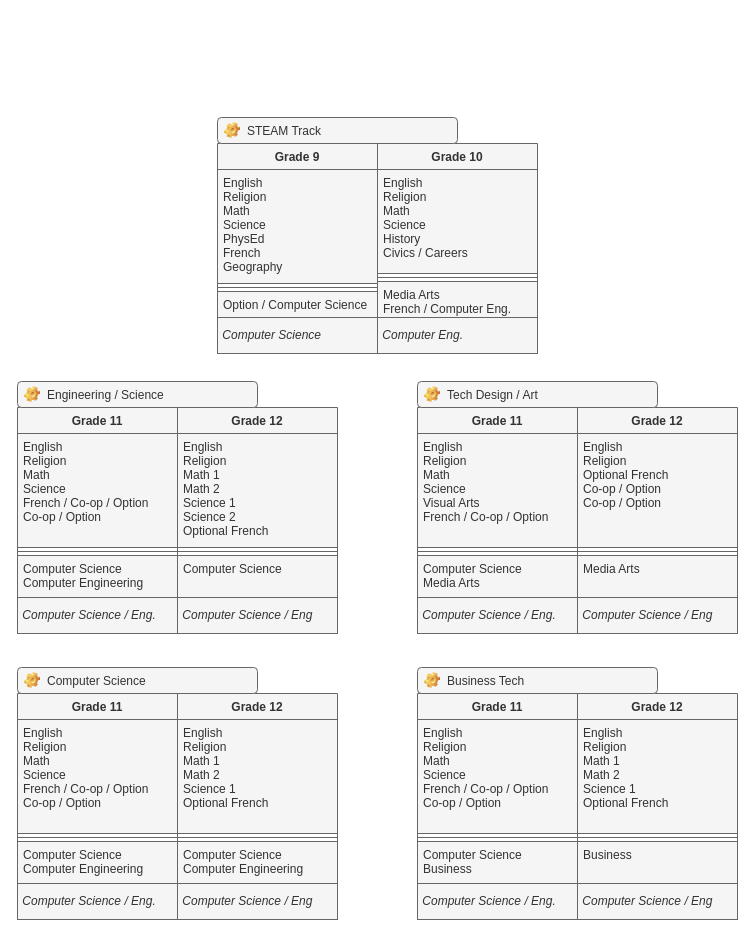
Earlier version of the draw.io diagram STEAM.drawio (Mr-Coxall/STEAM). Source tidied: cells renumbered, new cells numbered last; positions are measured from the earlier drawing's top-left corner, leaving out a move shared by most shapes. Both pictures are drawn from the tidied source at 100%, with x=0, y=0 at pixel (17, 117).
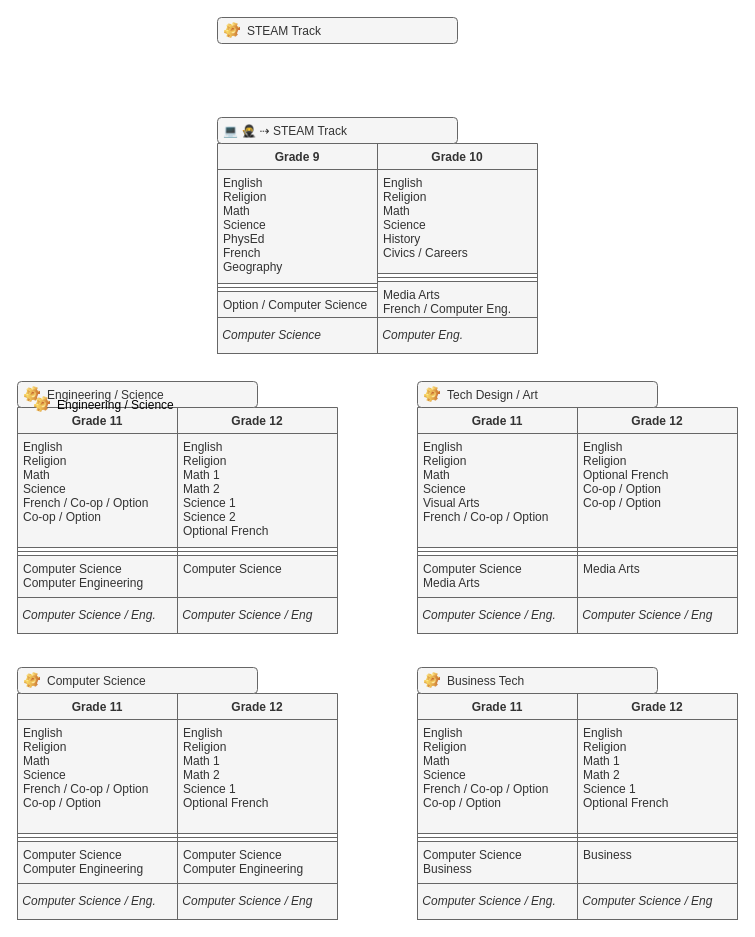
After the change.

The edit, as a diff of the source:
```diff
@@
     <mxCell id="56" value="STEAM Track" style="label;fontStyle=0;strokeColor=#666666;fillColor=#f5f5f5;align=left;verticalAlign=top;overflow=hidden;spacingLeft=28;spacingRight=4;imageWidth=16;imageHeight=16;image=img/clipart/Gear_128x128.png;fontColor=#333333;" parent="1" vertex="1">
-      <mxGeometry x="200" width="240" height="26" as="geometry" />
+      <mxGeometry x="200" y="-100" width="240" height="26" as="geometry" />
     </mxCell>
+    <mxCell id="57" value="💻 🥷 ⇢ STEAM Track" style="text;strokeColor=#666666;fillColor=#f5f5f5;align=left;verticalAlign=top;spacingLeft=4;spacingRight=4;overflow=hidden;fontColor=#333333;rounded=1;" parent="1" vertex="1">
+      <mxGeometry x="200" width="240" height="26" as="geometry" />
+    </mxCell>
+    <mxCell id="58" value="Engineering / Science" style="label;fontStyle=0;strokeColor=none;fillColor=none;align=left;verticalAlign=top;overflow=hidden;spacingLeft=28;spacingRight=4;imageWidth=16;imageHeight=16;image=img/clipart/Gear_128x128.png;" parent="1" vertex="1">
+      <mxGeometry x="10" y="274" width="240" height="26" as="geometry" />
+    </mxCell>
```
